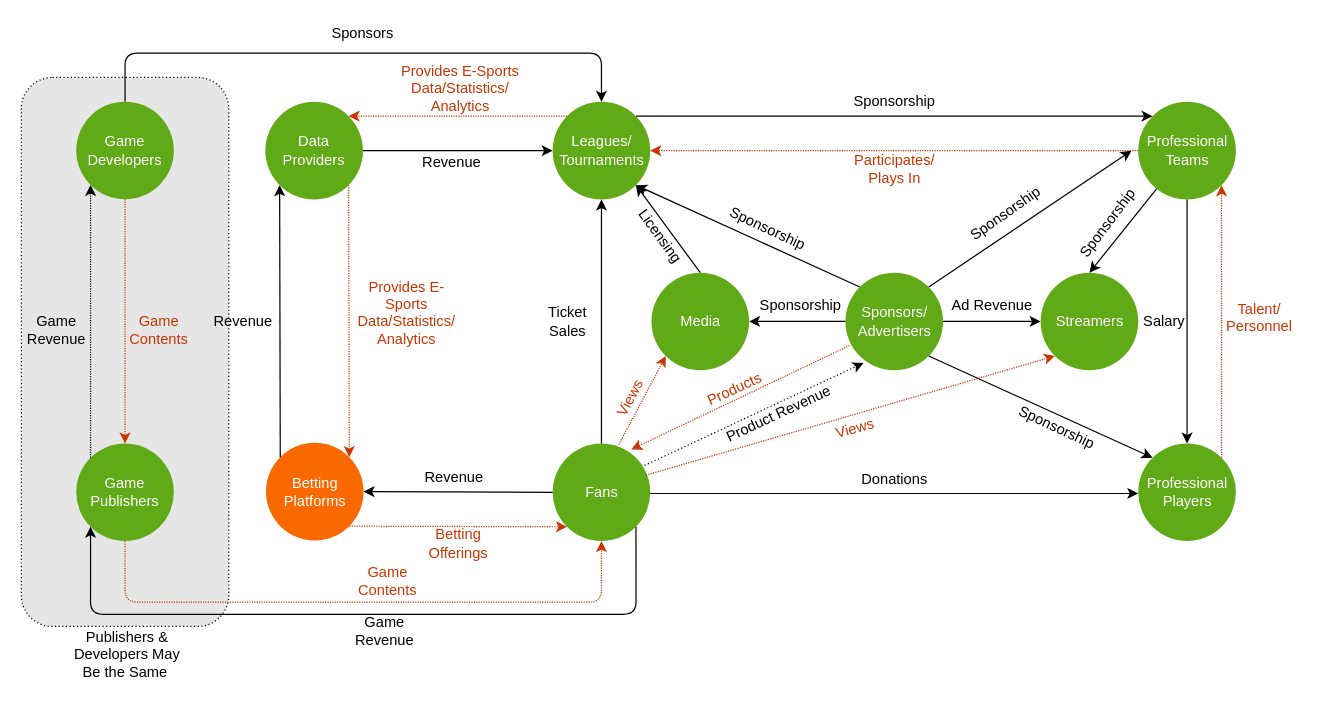
Above: Flow v2.drawio in ryanpo/ryanpo.github.io (draw.io), before the change. Source tidied: cells renumbered, new cells numbered last; positions are measured from the earlier drawing's top-left corner, leaving out a move shared by most shapes. Both pictures are drawn from the tidied source at 122%, with x=0, y=0 at pixel (21, 21).
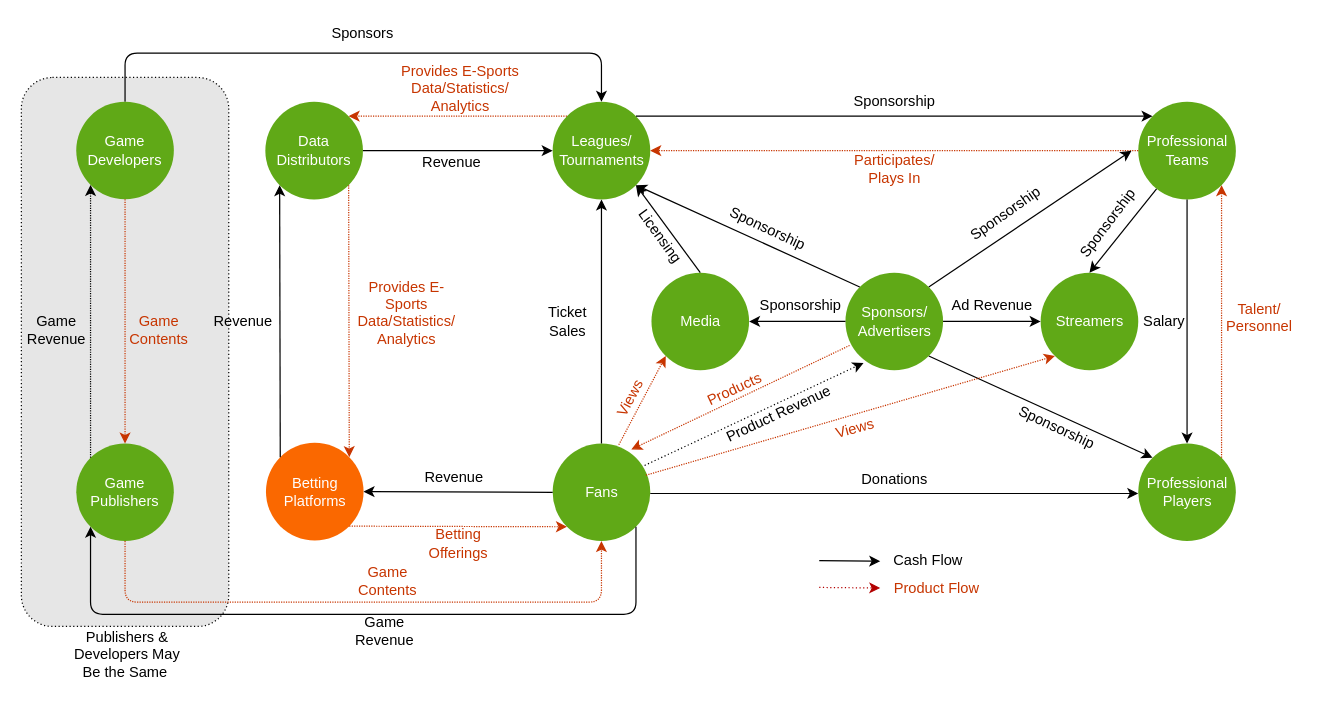
After the change.

What changed in the source:
```diff
@@
-    <mxCell id="6" value="&lt;div&gt;Data&lt;/div&gt;&lt;div&gt;Providers&lt;/div&gt;" style="ellipse;whiteSpace=wrap;html=1;fillColor=#60a917;strokeColor=none;fontColor=#ffffff;" parent="1" vertex="1">
+    <mxCell id="6" value="&lt;div&gt;Data&lt;/div&gt;&lt;div&gt;Distributors&lt;/div&gt;" style="ellipse;whiteSpace=wrap;html=1;fillColor=#60a917;strokeColor=none;fontColor=#ffffff;" parent="1" vertex="1">
       <mxGeometry x="200" y="66" width="80" height="80" as="geometry" />
     </mxCell>
@@
+    <mxCell id="71" style="endArrow=classic;html=1;strokeColor=#000000;" parent="1" edge="1">
+      <mxGeometry relative="1" as="geometry">
+        <mxPoint x="654" y="442" as="sourcePoint" />
+        <mxPoint x="704" y="442.5" as="targetPoint" />
+      </mxGeometry>
+    </mxCell>
+    <mxCell id="72" style="endArrow=classic;html=1;dashed=1;dashPattern=1 2;strokeColor=#B20000;fillColor=#e51400;" parent="1" edge="1">
+      <mxGeometry relative="1" as="geometry">
+        <mxPoint x="654" y="464" as="sourcePoint" />
+        <mxPoint x="704" y="464.5" as="targetPoint" />
+      </mxGeometry>
+    </mxCell>
+    <mxCell id="73" value="&lt;div&gt;Cash Flow&lt;br&gt;&lt;/div&gt;" style="text;html=1;strokeColor=none;fillColor=none;align=center;verticalAlign=middle;whiteSpace=wrap;rounded=0;rotation=0;" parent="1" vertex="1">
+      <mxGeometry x="697" y="431.5" width="93" height="20" as="geometry" />
+    </mxCell>
+    <mxCell id="74" value="&lt;div&gt;&lt;font color=&quot;#c73500&quot;&gt;Product Flow&lt;/font&gt;&lt;br&gt;&lt;/div&gt;" style="text;html=1;strokeColor=none;fillColor=none;align=center;verticalAlign=middle;whiteSpace=wrap;rounded=0;rotation=0;" parent="1" vertex="1">
+      <mxGeometry x="713" y="454.5" width="75" height="20" as="geometry" />
+    </mxCell>
```
